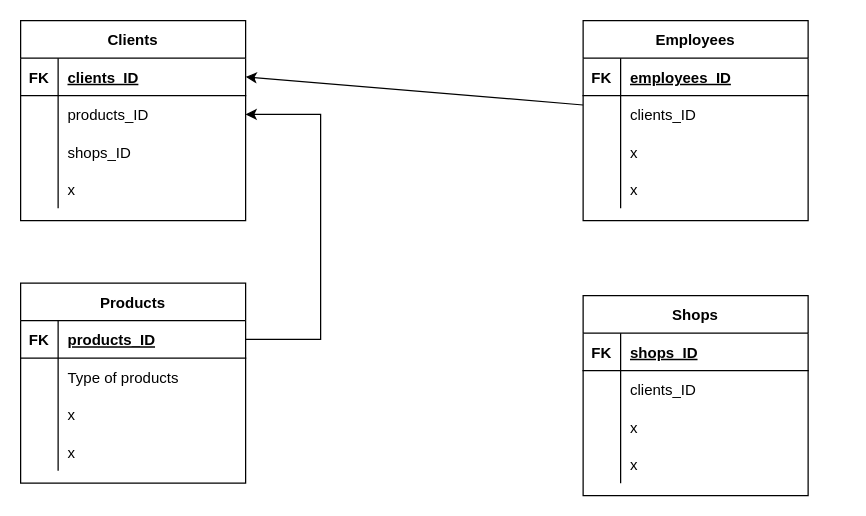
Victoirey/docs keeps this draw.io diagram as Database flowchart.drawio. Above is the earlier version. Source tidied: cells renumbered, new cells numbered last; positions are measured from the earlier drawing's top-left corner, leaving out a move shared by most shapes. Both pictures are drawn from the tidied source at 125%, with x=0, y=0 at pixel (20, 20).
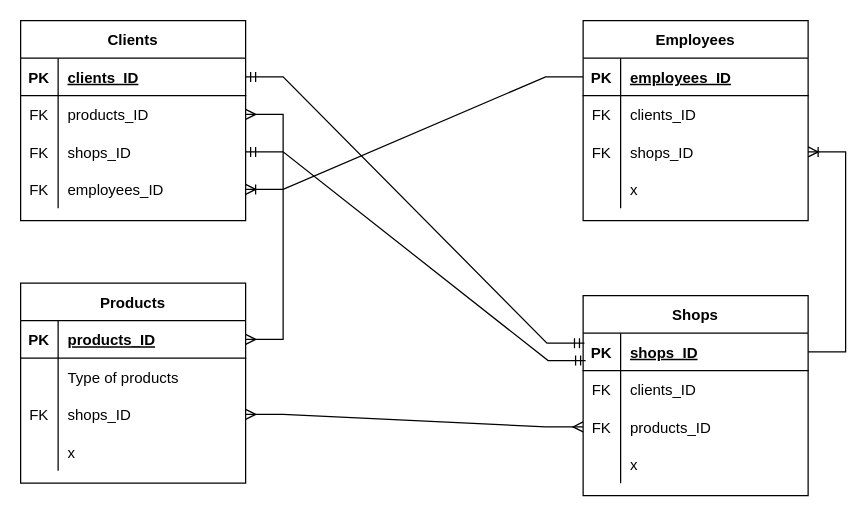
The same page after the edit.

The change refers to these unchanged cells:
```xml
<mxCell id="4" style="shape=tableRow;horizontal=0;startSize=0;swimlaneHead=0;swimlaneBody=0;fillColor=none;points=[[0,0.5],[1,0.5]];portConstraint=eastwest;top=0;left=0;right=0;bottom=1;" parent="3" vertex="1">
  <mxGeometry y="30" width="180" height="30" as="geometry" />
</mxCell>
<mxCell id="7" style="shape=tableRow;horizontal=0;startSize=0;swimlaneHead=0;swimlaneBody=0;fillColor=none;points=[[0,0.5],[1,0.5]];portConstraint=eastwest;top=0;left=0;right=0;bottom=0;" parent="3" vertex="1">
  <mxGeometry y="60" width="180" height="30" as="geometry" />
</mxCell>
<mxCell id="10" style="shape=tableRow;horizontal=0;startSize=0;swimlaneHead=0;swimlaneBody=0;fillColor=none;points=[[0,0.5],[1,0.5]];portConstraint=eastwest;top=0;left=0;right=0;bottom=0;" parent="3" vertex="1">
  <mxGeometry y="90" width="180" height="30" as="geometry" />
</mxCell>
<mxCell id="13" style="shape=tableRow;horizontal=0;startSize=0;swimlaneHead=0;swimlaneBody=0;fillColor=none;points=[[0,0.5],[1,0.5]];portConstraint=eastwest;top=0;left=0;right=0;bottom=0;" parent="3" vertex="1">
  <mxGeometry y="120" width="180" height="30" as="geometry" />
</mxCell>
<mxCell id="17" style="shape=tableRow;horizontal=0;startSize=0;swimlaneHead=0;swimlaneBody=0;fillColor=none;points=[[0,0.5],[1,0.5]];portConstraint=eastwest;top=0;left=0;right=0;bottom=1;" parent="16" vertex="1">
  <mxGeometry y="30" width="180" height="30" as="geometry" />
</mxCell>
<mxCell id="20" style="shape=tableRow;horizontal=0;startSize=0;swimlaneHead=0;swimlaneBody=0;fillColor=none;points=[[0,0.5],[1,0.5]];portConstraint=eastwest;top=0;left=0;right=0;bottom=0;" parent="16" vertex="1">
  <mxGeometry y="60" width="180" height="30" as="geometry" />
</mxCell>
<mxCell id="23" style="shape=tableRow;horizontal=0;startSize=0;swimlaneHead=0;swimlaneBody=0;fillColor=none;points=[[0,0.5],[1,0.5]];portConstraint=eastwest;top=0;left=0;right=0;bottom=0;" parent="16" vertex="1">
  <mxGeometry y="90" width="180" height="30" as="geometry" />
</mxCell>
<mxCell id="30" style="shape=tableRow;horizontal=0;startSize=0;swimlaneHead=0;swimlaneBody=0;fillColor=none;points=[[0,0.5],[1,0.5]];portConstraint=eastwest;top=0;left=0;right=0;bottom=1;" parent="29" vertex="1">
  <mxGeometry y="30" width="180" height="30" as="geometry" />
</mxCell>
<mxCell id="36" style="shape=tableRow;horizontal=0;startSize=0;swimlaneHead=0;swimlaneBody=0;fillColor=none;points=[[0,0.5],[1,0.5]];portConstraint=eastwest;top=0;left=0;right=0;bottom=0;" parent="29" vertex="1">
  <mxGeometry y="90" width="180" height="30" as="geometry" />
</mxCell>
<mxCell id="43" style="shape=tableRow;horizontal=0;startSize=0;swimlaneHead=0;swimlaneBody=0;fillColor=none;points=[[0,0.5],[1,0.5]];portConstraint=eastwest;top=0;left=0;right=0;bottom=1;" parent="42" vertex="1">
  <mxGeometry y="30" width="180" height="30" as="geometry" />
</mxCell>
<mxCell id="46" style="shape=tableRow;horizontal=0;startSize=0;swimlaneHead=0;swimlaneBody=0;fillColor=none;top=0;left=0;right=0;bottom=0;" parent="42" vertex="1">
  <mxGeometry y="60" width="180" height="30" as="geometry" />
</mxCell>
<mxCell id="49" style="shape=tableRow;horizontal=0;startSize=0;swimlaneHead=0;swimlaneBody=0;fillColor=none;points=[[0,0.5],[1,0.5]];portConstraint=eastwest;top=0;left=0;right=0;bottom=0;" parent="42" vertex="1">
  <mxGeometry y="90" width="180" height="30" as="geometry" />
</mxCell>
```

What changed in the source:
```diff
@@
-    <mxCell id="2" style="endArrow=classic;html=1;rounded=0;entryX=1;entryY=0.5;entryDx=0;entryDy=0;" parent="1" edge="1" source="20" target="4">
-      <mxGeometry relative="1" as="geometry" />
-    </mxCell>
@@
-    <mxCell id="5" value="FK" style="shape=partialRectangle;fillColor=none;top=0;left=0;bottom=0;right=0;fontStyle=1;overflow=hidden;" parent="4" vertex="1">
+    <mxCell id="5" value="PK" style="shape=partialRectangle;fillColor=none;top=0;left=0;bottom=0;right=0;fontStyle=1;overflow=hidden;" parent="4" vertex="1">
       <mxGeometry width="30" height="30" as="geometry" />
     </mxCell>
@@
-    <mxCell id="8" style="shape=partialRectangle;fillColor=none;top=0;left=0;bottom=0;right=0;overflow=hidden;" parent="7" vertex="1">
+    <mxCell id="8" value="FK" style="shape=partialRectangle;fillColor=none;top=0;left=0;bottom=0;right=0;overflow=hidden;" parent="7" vertex="1">
       <mxGeometry width="30" height="30" as="geometry" />
     </mxCell>
@@
-    <mxCell id="11" style="shape=partialRectangle;fillColor=none;top=0;left=0;bottom=0;right=0;overflow=hidden;" parent="10" vertex="1">
+    <mxCell id="11" value="FK" style="shape=partialRectangle;fillColor=none;top=0;left=0;bottom=0;right=0;overflow=hidden;" parent="10" vertex="1">
       <mxGeometry width="30" height="30" as="geometry" />
     </mxCell>
@@
-    <mxCell id="14" style="shape=partialRectangle;fillColor=none;top=0;left=0;bottom=0;right=0;overflow=hidden;" parent="13" vertex="1">
+    <mxCell id="14" value="FK" style="shape=partialRectangle;fillColor=none;top=0;left=0;bottom=0;right=0;overflow=hidden;" parent="13" vertex="1">
       <mxGeometry width="30" height="30" as="geometry" />
     </mxCell>
-    <mxCell id="15" value="x" style="shape=partialRectangle;fillColor=none;top=0;left=0;bottom=0;right=0;align=left;spacingLeft=6;overflow=hidden;" parent="13" vertex="1">
+    <mxCell id="15" value="employees_ID" style="shape=partialRectangle;fillColor=none;top=0;left=0;bottom=0;right=0;align=left;spacingLeft=6;overflow=hidden;" parent="13" vertex="1">
       <mxGeometry x="30" width="150" height="30" as="geometry" />
     </mxCell>
@@
-    <mxCell id="18" value="FK" style="shape=partialRectangle;fillColor=none;top=0;left=0;bottom=0;right=0;fontStyle=1;overflow=hidden;" parent="17" vertex="1">
+    <mxCell id="18" value="PK" style="shape=partialRectangle;fillColor=none;top=0;left=0;bottom=0;right=0;fontStyle=1;overflow=hidden;" parent="17" vertex="1">
       <mxGeometry width="30" height="30" as="geometry" />
     </mxCell>
@@
-    <mxCell id="21" style="shape=partialRectangle;fillColor=none;top=0;left=0;bottom=0;right=0;overflow=hidden;" parent="20" vertex="1">
+    <mxCell id="21" value="FK" style="shape=partialRectangle;fillColor=none;top=0;left=0;bottom=0;right=0;overflow=hidden;" parent="20" vertex="1">
       <mxGeometry width="30" height="30" as="geometry" />
     </mxCell>
@@
-    <mxCell id="24" style="shape=partialRectangle;fillColor=none;top=0;left=0;bottom=0;right=0;overflow=hidden;" parent="23" vertex="1">
+    <mxCell id="24" value="FK" style="shape=partialRectangle;fillColor=none;top=0;left=0;bottom=0;right=0;overflow=hidden;" parent="23" vertex="1">
       <mxGeometry width="30" height="30" as="geometry" />
     </mxCell>
-    <mxCell id="25" value="x" style="shape=partialRectangle;fillColor=none;top=0;left=0;bottom=0;right=0;align=left;spacingLeft=6;overflow=hidden;" parent="23" vertex="1">
+    <mxCell id="25" value="shops_ID" style="shape=partialRectangle;fillColor=none;top=0;left=0;bottom=0;right=0;align=left;spacingLeft=6;overflow=hidden;" parent="23" vertex="1">
       <mxGeometry x="30" width="150" height="30" as="geometry" />
     </mxCell>
@@
-    <mxCell id="31" value="FK" style="shape=partialRectangle;fillColor=none;top=0;left=0;bottom=0;right=0;fontStyle=1;overflow=hidden;" parent="30" vertex="1">
+    <mxCell id="31" value="PK" style="shape=partialRectangle;fillColor=none;top=0;left=0;bottom=0;right=0;fontStyle=1;overflow=hidden;" parent="30" vertex="1">
       <mxGeometry width="30" height="30" as="geometry" />
     </mxCell>
@@
-    <mxCell id="37" style="shape=partialRectangle;fillColor=none;top=0;left=0;bottom=0;right=0;overflow=hidden;" parent="36" vertex="1">
+    <mxCell id="37" value="FK" style="shape=partialRectangle;fillColor=none;top=0;left=0;bottom=0;right=0;overflow=hidden;" parent="36" vertex="1">
       <mxGeometry width="30" height="30" as="geometry" />
     </mxCell>
-    <mxCell id="38" value="x" style="shape=partialRectangle;fillColor=none;top=0;left=0;bottom=0;right=0;align=left;spacingLeft=6;overflow=hidden;" parent="36" vertex="1">
+    <mxCell id="38" value="shops_ID" style="shape=partialRectangle;fillColor=none;top=0;left=0;bottom=0;right=0;align=left;spacingLeft=6;overflow=hidden;" parent="36" vertex="1">
       <mxGeometry x="30" width="150" height="30" as="geometry" />
     </mxCell>
@@
-    <mxCell id="44" value="FK" style="shape=partialRectangle;fillColor=none;top=0;left=0;bottom=0;right=0;fontStyle=1;overflow=hidden;" parent="43" vertex="1">
+    <mxCell id="44" value="PK" style="shape=partialRectangle;fillColor=none;top=0;left=0;bottom=0;right=0;fontStyle=1;overflow=hidden;" parent="43" vertex="1">
       <mxGeometry width="30" height="30" as="geometry" />
     </mxCell>
@@
-    <mxCell id="47" style="shape=partialRectangle;fillColor=none;top=0;left=0;bottom=0;right=0;overflow=hidden;" parent="46" vertex="1">
+    <mxCell id="47" value="FK" style="shape=partialRectangle;fillColor=none;top=0;left=0;bottom=0;right=0;overflow=hidden;" parent="46" vertex="1">
       <mxGeometry width="30" height="30" as="geometry" />
     </mxCell>
@@
-    <mxCell id="50" style="shape=partialRectangle;fillColor=none;top=0;left=0;bottom=0;right=0;overflow=hidden;" parent="49" vertex="1">
+    <mxCell id="50" value="FK" style="shape=partialRectangle;fillColor=none;top=0;left=0;bottom=0;right=0;overflow=hidden;" parent="49" vertex="1">
       <mxGeometry width="30" height="30" as="geometry" />
     </mxCell>
-    <mxCell id="51" value="x" style="shape=partialRectangle;fillColor=none;top=0;left=0;bottom=0;right=0;align=left;spacingLeft=6;overflow=hidden;" parent="49" vertex="1">
+    <mxCell id="51" value="products_ID" style="shape=partialRectangle;fillColor=none;top=0;left=0;bottom=0;right=0;align=left;spacingLeft=6;overflow=hidden;" parent="49" vertex="1">
       <mxGeometry x="30" width="150" height="30" as="geometry" />
     </mxCell>
@@
+    <mxCell id="56" style="edgeStyle=entityRelationEdgeStyle;fontSize=12;html=1;endArrow=ERmandOne;startArrow=ERmandOne;rounded=0;entryX=0.006;entryY=0.267;entryDx=0;entryDy=0;exitX=1;exitY=0.5;exitDx=0;exitDy=0;entryPerimeter=0;" parent="1" edge="1" source="4" target="43">
+      <mxGeometry relative="1" as="geometry" />
+    </mxCell>
-    <mxCell id="55" style="endArrow=classic;html=1;rounded=0;entryX=1;entryY=0.5;entryDx=0;entryDy=0;exitX=1;exitY=0.5;exitDx=0;exitDy=0;" parent="1" edge="1" source="30" target="7">
-      <mxGeometry relative="1" as="geometry">
-        <Array as="points">
-          <mxPoint x="240" y="255" />
-          <mxPoint x="240" y="160" />
-          <mxPoint x="240" y="75" />
-        </Array>
-      </mxGeometry>
+    <mxCell id="55" style="edgeStyle=entityRelationEdgeStyle;fontSize=12;html=1;endArrow=ERmany;startArrow=ERmany;rounded=0;entryX=1;entryY=0.5;entryDx=0;entryDy=0;exitX=1;exitY=0.5;exitDx=0;exitDy=0;" parent="1" edge="1" source="30" target="7">
+      <mxGeometry relative="1" as="geometry" />
     </mxCell>
+    <mxCell id="57" style="edgeStyle=entityRelationEdgeStyle;fontSize=12;html=1;endArrow=ERmandOne;startArrow=ERmandOne;rounded=0;entryX=0.011;entryY=0.733;entryDx=0;entryDy=0;entryPerimeter=0;" parent="1" edge="1" source="10" target="43">
+      <mxGeometry relative="1" as="geometry" />
+    </mxCell>
+    <mxCell id="58" style="edgeStyle=entityRelationEdgeStyle;fontSize=12;html=1;endArrow=ERoneToMany;rounded=0;exitX=0;exitY=0.5;exitDx=0;exitDy=0;entryX=1;entryY=0.5;entryDx=0;entryDy=0;" parent="1" edge="1" source="17" target="13">
+      <mxGeometry relative="1" as="geometry" />
+    </mxCell>
+    <mxCell id="59" style="edgeStyle=entityRelationEdgeStyle;fontSize=12;html=1;endArrow=ERmany;startArrow=ERmany;rounded=0;exitX=1;exitY=0.5;exitDx=0;exitDy=0;entryX=0;entryY=0.5;entryDx=0;entryDy=0;" parent="1" edge="1" source="36" target="49">
+      <mxGeometry relative="1" as="geometry" />
+    </mxCell>
+    <mxCell id="60" style="edgeStyle=entityRelationEdgeStyle;fontSize=12;html=1;endArrow=ERoneToMany;rounded=0;entryX=1;entryY=0.5;entryDx=0;entryDy=0;exitX=1;exitY=0.5;exitDx=0;exitDy=0;" parent="1" edge="1" source="43" target="23">
+      <mxGeometry relative="1" as="geometry" />
+    </mxCell>
```
